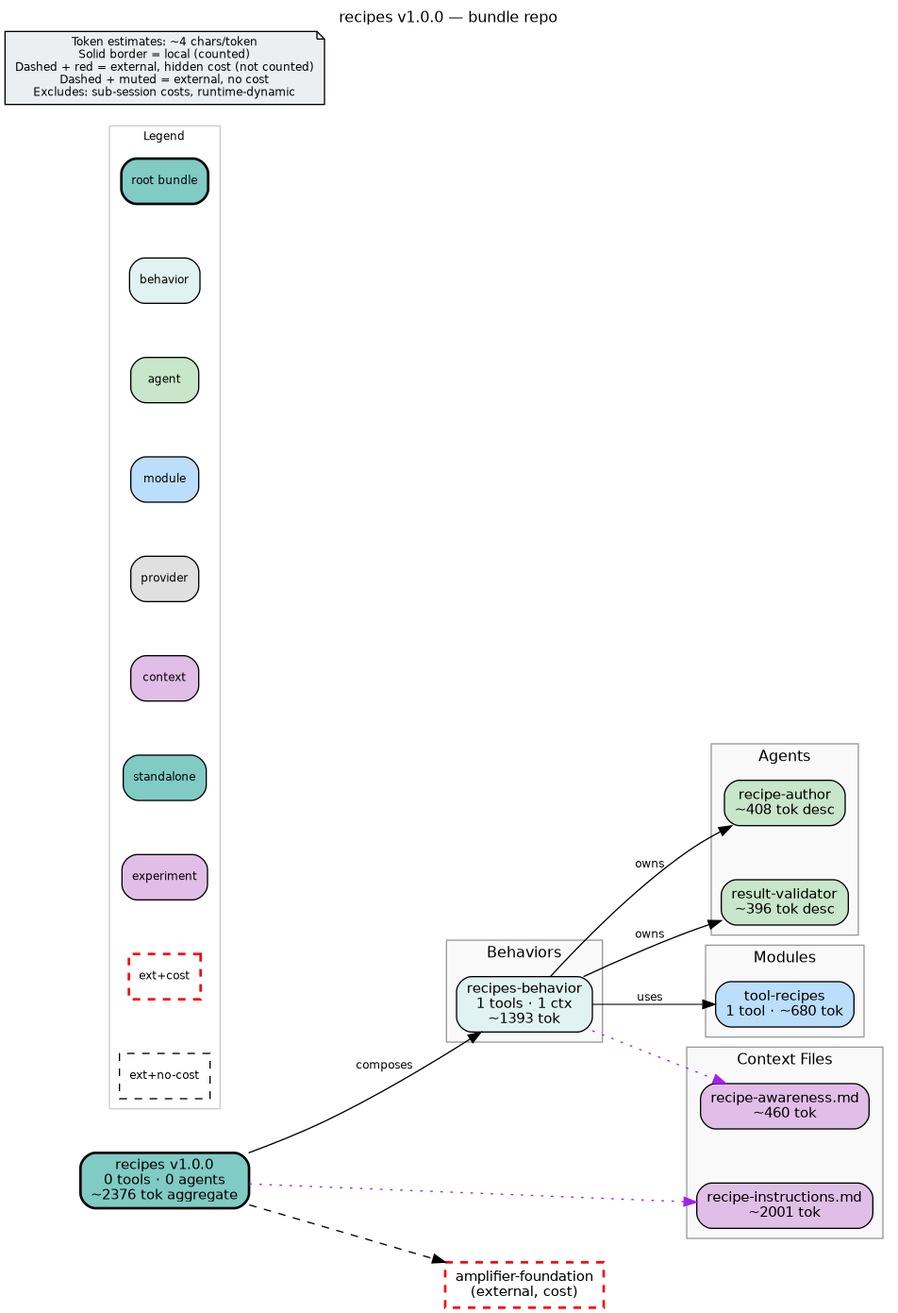
The Graphviz diagram bundle.png in microsoft/amplifier-bundle-recipes, before a commit. Its source is kept beside it as bundle.dot.
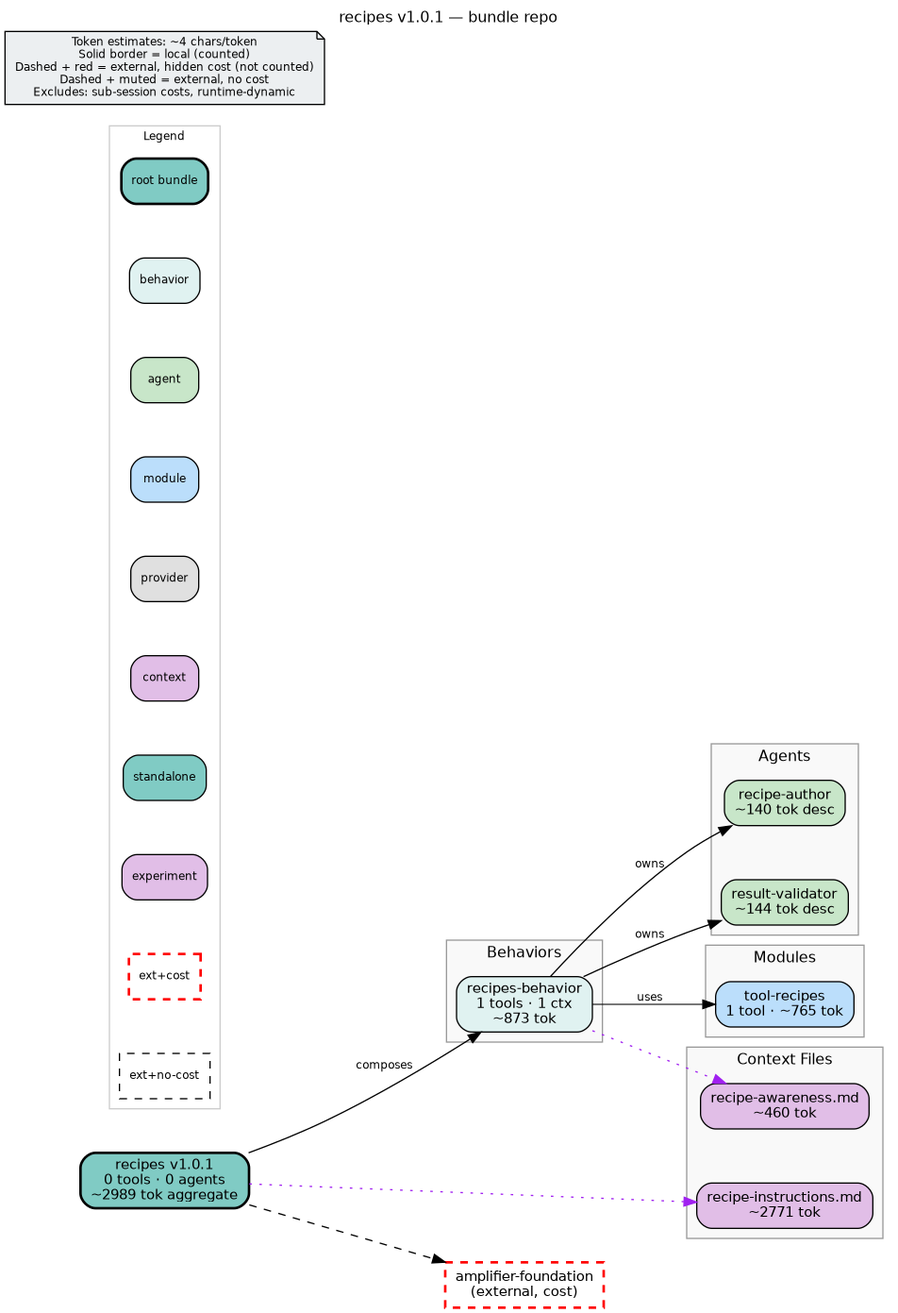
The same diagram one commit later.

The edit, as a diff of the source:
```diff
@@ -2,18 +2,18 @@
     rankdir=LR
     fontname="Helvetica"
     fontsize=12
-    label="recipes v1.0.0 — bundle repo"
+    label="recipes v1.0.1 — bundle repo"
     labelloc=t
     labeljust=c
     nodesep=0.6
     ranksep=0.7
     bgcolor="white"
-    source_hash="d0b0042e56a3979e5aa416bbff50d9242c280208a46589c7863ed01549573a9e"
+    source_hash="a982bff6d18bb715d3db4c2dbc2e127001e3ab04b6def120d05a5951f872fcbc"
 
     node [fontname="Helvetica", fontsize=11, style="filled,rounded"]
     edge [fontname="Helvetica", fontsize=9]
 
-    root_recipes [label="recipes v1.0.0\n0 tools · 0 agents\n~2376 tok aggregate", shape=box, fillcolor="#80cbc4", style="filled,rounded,bold", penwidth=2]
+    root_recipes [label="recipes v1.0.1\n0 tools · 0 agents\n~2989 tok aggregate", shape=box, fillcolor="#80cbc4", style="filled,rounded,bold", penwidth=2]
 
     subgraph cluster_behaviors {
         label="Behaviors"
@@ -21,7 +21,7 @@
         fillcolor="#f9f9f9"
         color="#999999"
 
-        beh_recipes_behavior [label="recipes-behavior\n1 tools · 1 ctx\n~1393 tok", shape=box, fillcolor="#e0f2f1", style="filled,rounded"]
+        beh_recipes_behavior [label="recipes-behavior\n1 tools · 1 ctx\n~873 tok", shape=box, fillcolor="#e0f2f1", style="filled,rounded"]
     }
 
     subgraph cluster_agents {
@@ -30,8 +30,8 @@
         fillcolor="#f9f9f9"
         color="#999999"
 
-        agt_recipe_author [label="recipe-author\n~408 tok desc", shape=box, fillcolor="#c8e6c9", style="filled,rounded"]
-        agt_result_validator [label="result-validator\n~396 tok desc", shape=box, fillcolor="#c8e6c9", style="filled,rounded"]
+        agt_recipe_author [label="recipe-author\n~140 tok desc", shape=box, fillcolor="#c8e6c9", style="filled,rounded"]
+        agt_result_validator [label="result-validator\n~144 tok desc", shape=box, fillcolor="#c8e6c9", style="filled,rounded"]
     }
 
     subgraph cluster_modules {
@@ -40,7 +40,7 @@
         fillcolor="#f9f9f9"
         color="#999999"
 
-        mod_tool_recipes [label="tool-recipes\n1 tool · ~680 tok", shape=box, fillcolor="#bbdefb", style="filled,rounded"]
+        mod_tool_recipes [label="tool-recipes\n1 tool · ~765 tok", shape=box, fillcolor="#bbdefb", style="filled,rounded"]
     }
 
     subgraph cluster_context {
@@ -50,7 +50,7 @@
         color="#999999"
 
         ctx_recipe_awareness_md [label="recipe-awareness.md\n~460 tok", shape=box, fillcolor="#e1bee7", style="filled,rounded"]
-        ctx_recipe_instructions_md [label="recipe-instructions.md\n~2001 tok", shape=box, fillcolor="#e1bee7", style="filled,rounded"]
+        ctx_recipe_instructions_md [label="recipe-instructions.md\n~2771 tok", shape=box, fillcolor="#e1bee7", style="filled,rounded"]
     }
 
     subgraph cluster_legend {
```
